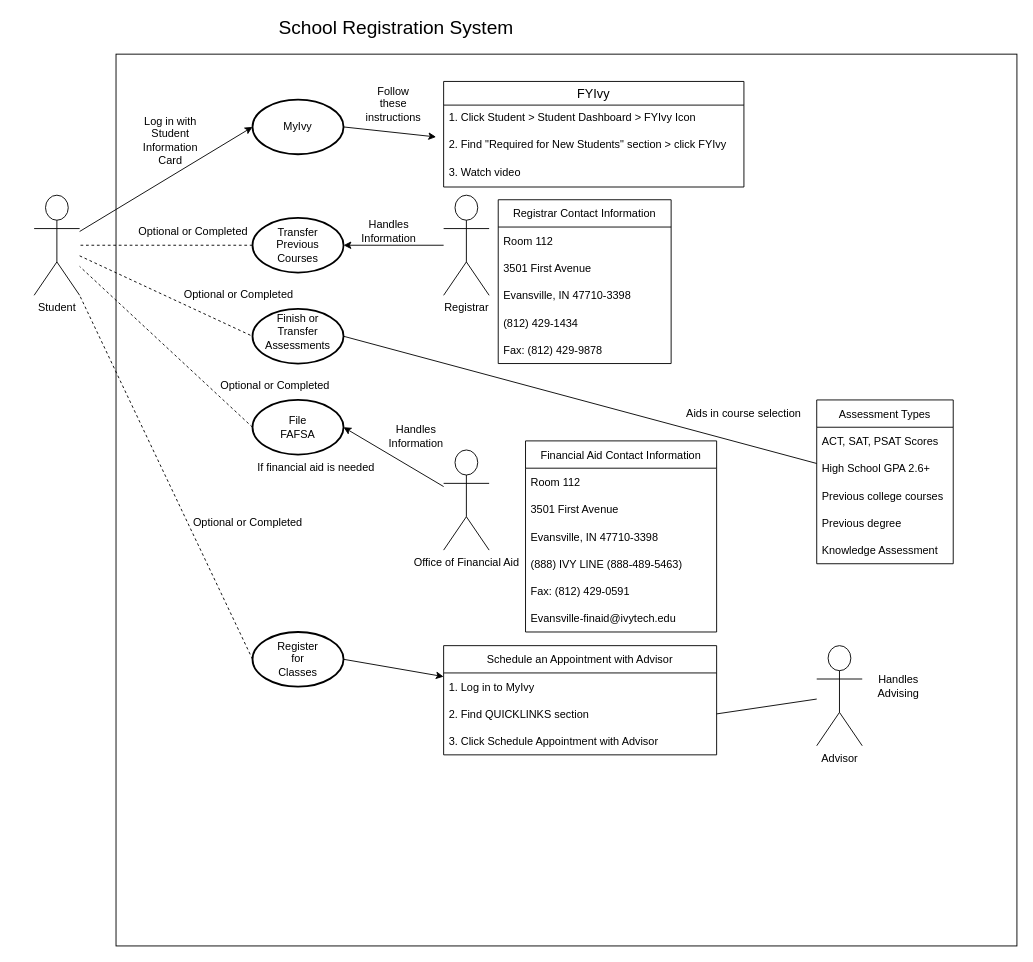
The draw.io diagram DAILY_JUSTIN_M03DB.drawio in TheJMan56/hello-world, before the edit. Source tidied: cells renumbered, new cells numbered last; positions are measured from the earlier drawing's top-left corner, leaving out a move shared by most shapes. Both pictures are drawn from the tidied source at 91%, with x=0, y=0 at pixel (34, 17).
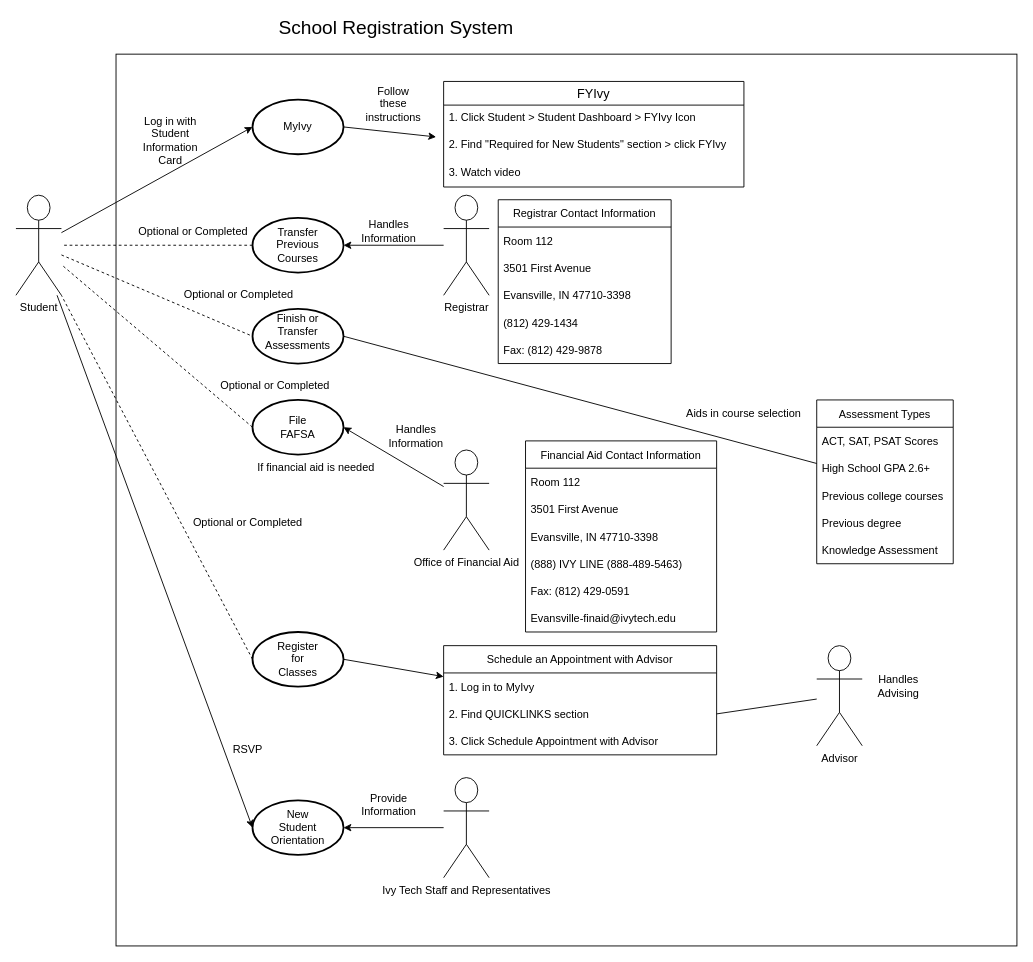
The same diagram, later.

What changed in the source:
```diff
@@
     <mxCell id="3" value="Student" style="shape=umlActor;verticalLabelPosition=bottom;labelBackgroundColor=#ffffff;verticalAlign=top;html=1;outlineConnect=0;" parent="1" vertex="1">
-      <mxGeometry y="195" width="50" height="110" as="geometry" />
+      <mxGeometry x="-20" y="195" width="50" height="110" as="geometry" />
     </mxCell>
@@
+    <mxCell id="67" style="strokeWidth=2;html=1;shape=mxgraph.flowchart.start_1;whiteSpace=wrap;" parent="1" vertex="1">
+      <mxGeometry x="240" y="860" width="100" height="60" as="geometry" />
+    </mxCell>
+    <mxCell id="68" value="New Student Orientation" style="text;html=1;strokeColor=none;fillColor=none;align=center;verticalAlign=middle;whiteSpace=wrap;rounded=0;" parent="1" vertex="1">
+      <mxGeometry x="260" y="875" width="60" height="30" as="geometry" />
+    </mxCell>
+    <mxCell id="69" style="endArrow=classic;html=1;rounded=0;entryX=0;entryY=0.5;entryDx=0;entryDy=0;entryPerimeter=0;" parent="1" edge="1" source="3" target="67">
+      <mxGeometry relative="1" as="geometry" />
+    </mxCell>
+    <mxCell id="70" value="RSVP" style="text;html=1;strokeColor=none;fillColor=none;align=center;verticalAlign=middle;whiteSpace=wrap;rounded=0;" parent="1" vertex="1">
+      <mxGeometry x="205" y="790" width="60" height="30" as="geometry" />
+    </mxCell>
+    <mxCell id="71" value="Ivy Tech Staff and Representatives" style="shape=umlActor;verticalLabelPosition=bottom;labelBackgroundColor=#ffffff;verticalAlign=top;html=1;outlineConnect=0;" parent="1" vertex="1">
+      <mxGeometry x="450" y="835" width="50" height="110" as="geometry" />
+    </mxCell>
+    <mxCell id="72" style="endArrow=classic;html=1;rounded=0;entryX=1;entryY=0.5;entryDx=0;entryDy=0;entryPerimeter=0;" parent="1" edge="1" source="71" target="67">
+      <mxGeometry relative="1" as="geometry" />
+    </mxCell>
+    <mxCell id="73" value="Provide Information" style="text;html=1;strokeColor=none;fillColor=none;align=center;verticalAlign=middle;whiteSpace=wrap;rounded=0;" parent="1" vertex="1">
+      <mxGeometry x="360" y="850" width="60" height="30" as="geometry" />
+    </mxCell>
```
